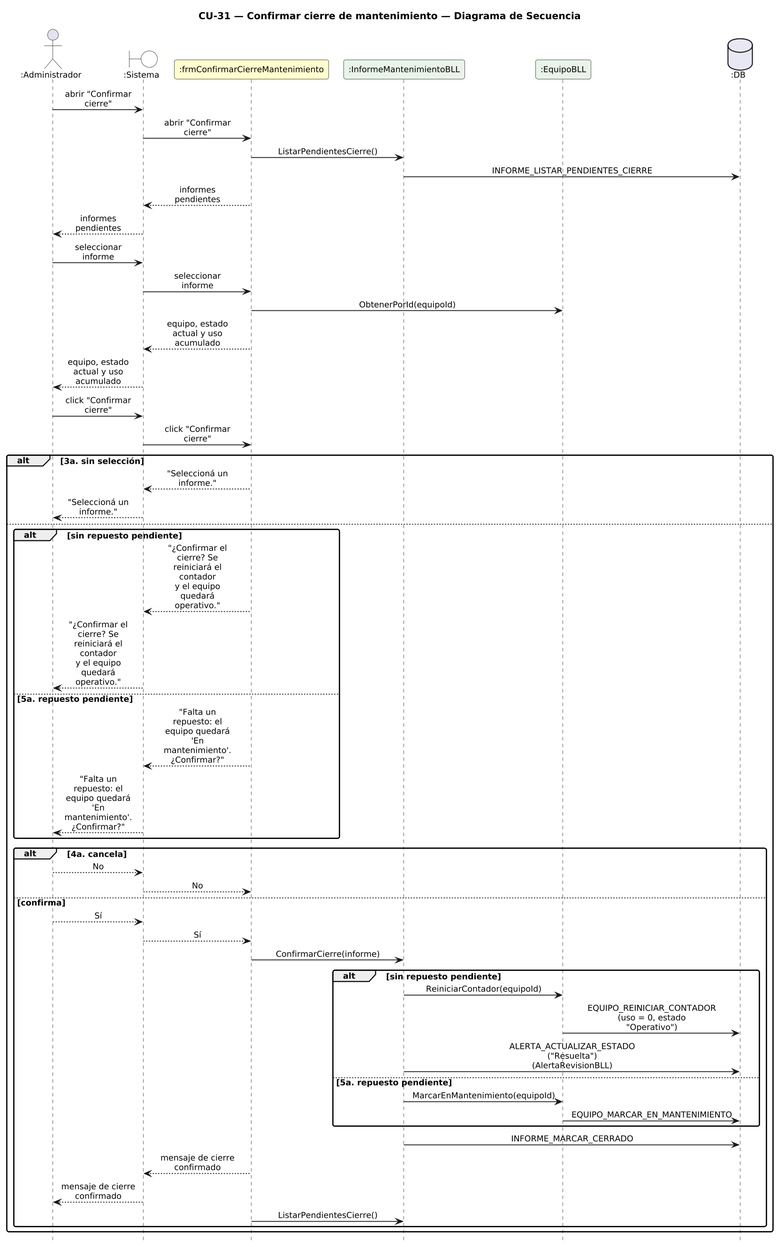
Urrels/ingenieria_software keeps this PlantUML diagram as DIAGRAMAS/DiagramaSecuencia_CU31_ConfirmarCierreMantenimiento.png. Above is the earlier version.
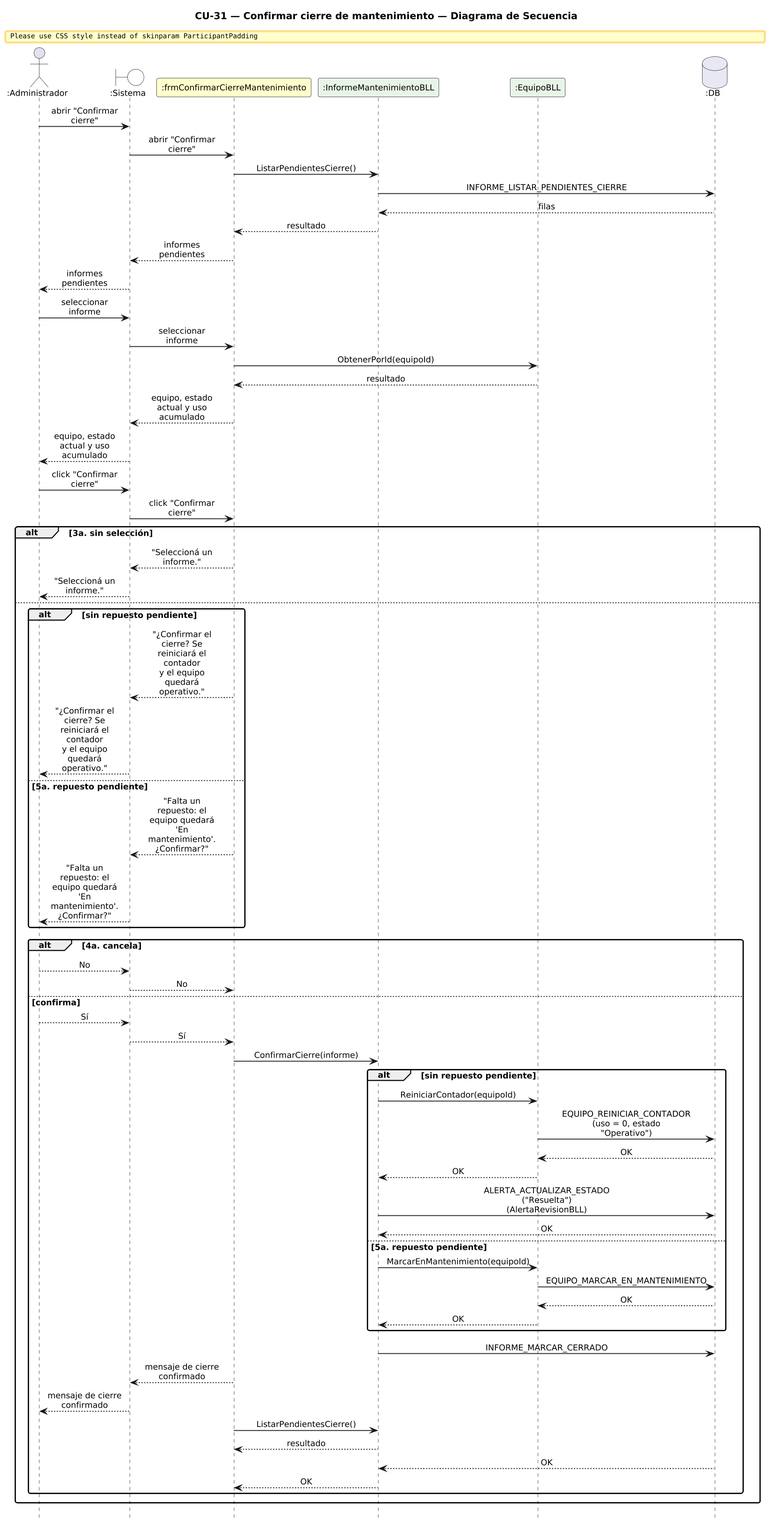
Above is the later version.

What changed in the source:
```diff
@@ -24,11 +24,14 @@
 SYS -> F : abrir "Confirmar cierre"
 F -> IB : ListarPendientesCierre()
 IB -> DB : INFORME_LISTAR_PENDIENTES_CIERRE
+DB --> IB : filas
+IB --> F : resultado
 F --> SYS : informes pendientes
 SYS --> A : informes pendientes
 A -> SYS : seleccionar informe
 SYS -> F : seleccionar informe
 F -> EB : ObtenerPorId(equipoId)
+EB --> F : resultado
 F --> SYS : equipo, estado actual y uso acumulado
 SYS --> A : equipo, estado actual y uso acumulado
 A -> SYS : click "Confirmar cierre"
@@ -54,15 +57,23 @@
     alt sin repuesto pendiente
       IB -> EB : ReiniciarContador(equipoId)
       EB -> DB : EQUIPO_REINICIAR_CONTADOR\n(uso = 0, estado "Operativo")
+      DB --> EB : OK
+      EB --> IB : OK
       IB -> DB : ALERTA_ACTUALIZAR_ESTADO ("Resuelta")\n(AlertaRevisionBLL)
+      DB --> IB : OK
     else 5a. repuesto pendiente
       IB -> EB : MarcarEnMantenimiento(equipoId)
       EB -> DB : EQUIPO_MARCAR_EN_MANTENIMIENTO
+      DB --> EB : OK
+      EB --> IB : OK
     end
     IB -> DB : INFORME_MARCAR_CERRADO
     F --> SYS : mensaje de cierre confirmado
     SYS --> A : mensaje de cierre confirmado
     F -> IB : ListarPendientesCierre()
+    IB --> F : resultado
+    DB --> IB : OK
+    IB --> F : OK
   end
 end
 
```
